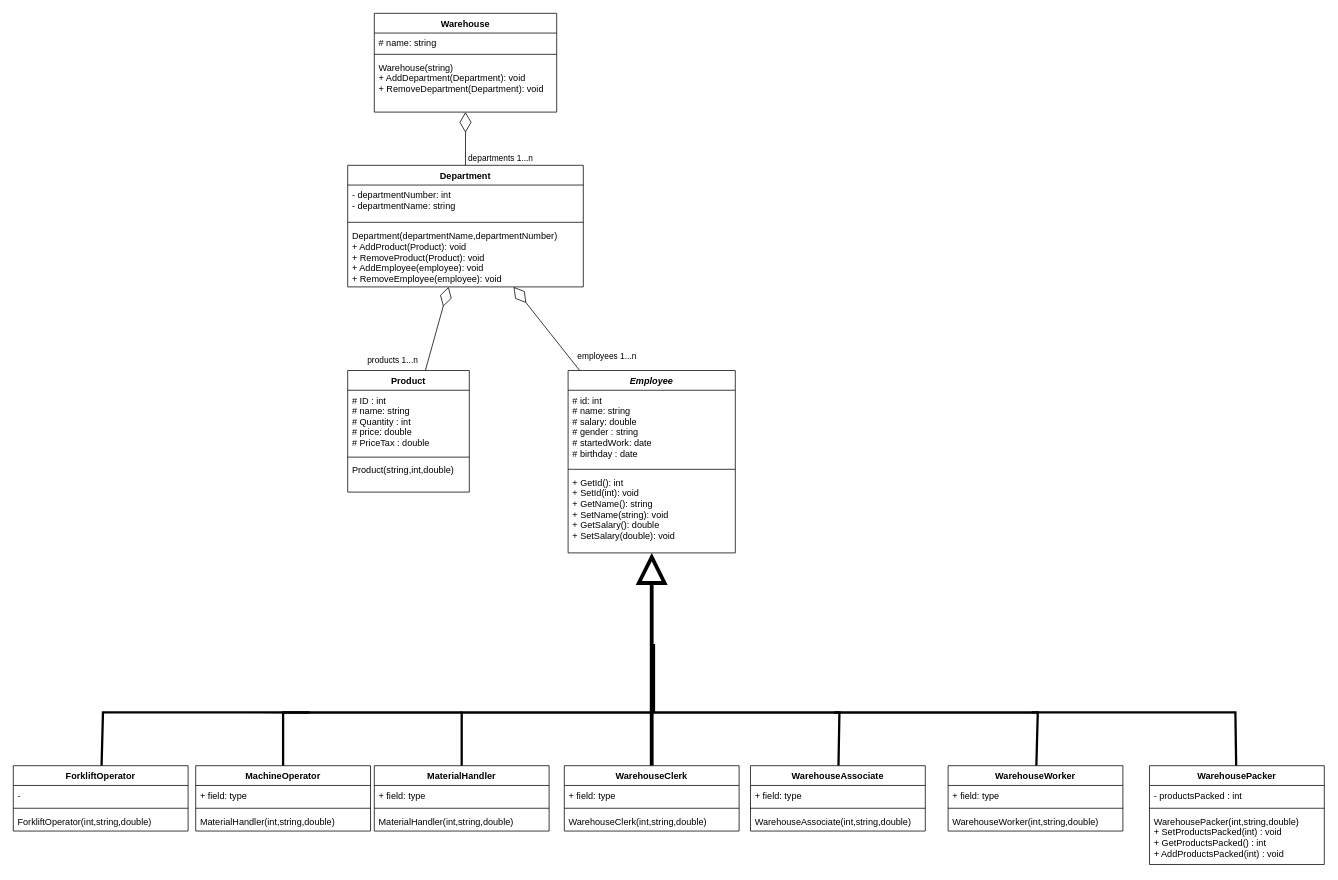
Samerhajj/BlackShift keeps this draw.io diagram as BlackShift-UML Diagram.drawio. Above is the earlier version. Source tidied: cells renumbered, new cells numbered last; positions are measured from the earlier drawing's top-left corner, leaving out a move shared by most shapes. Both pictures are drawn from the tidied source at 76%, with x=0, y=0 at pixel (13, 13).
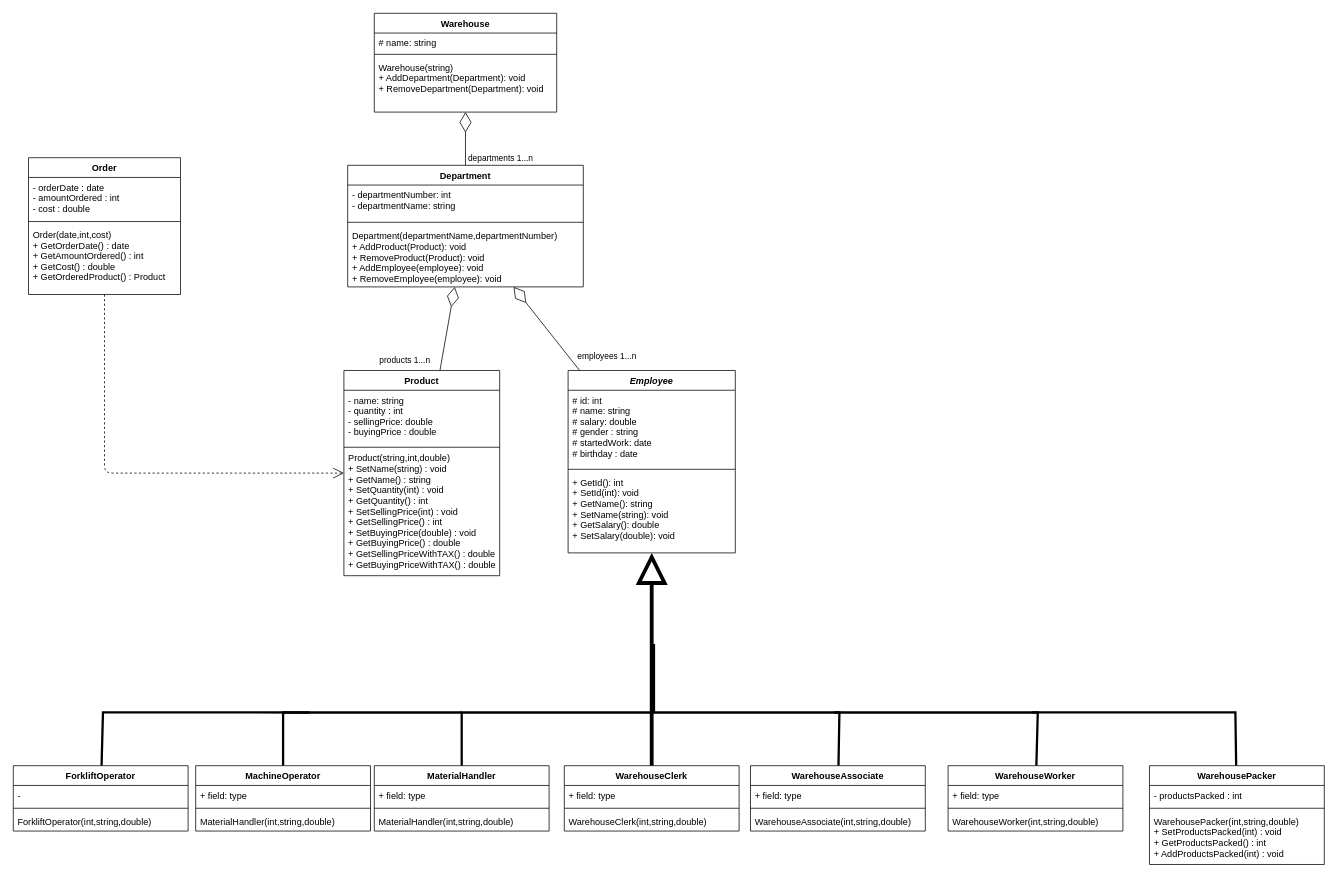
Above is the later version.

What changed in the source:
```diff
@@
     <mxCell id="2" value="Product" style="swimlane;fontStyle=1;align=center;verticalAlign=top;horizontal=1;startSize=26;" parent="1" vertex="1">
-      <mxGeometry x="440" y="470" width="160" height="160" as="geometry" />
+      <mxGeometry x="435" y="470" width="205" height="270" as="geometry" />
     </mxCell>
-    <mxCell id="3" value="# ID : int&#10;# name: string&#10;# Quantity : int&#10;# price: double&#10;# PriceTax : double" style="text;strokeColor=none;fillColor=none;align=left;verticalAlign=top;spacingLeft=4;spacingRight=4;overflow=hidden;" parent="2" vertex="1">
-      <mxGeometry y="26" width="160" height="84" as="geometry" />
+    <mxCell id="3" value="- name: string&#10;- quantity : int&#10;- sellingPrice: double&#10;- buyingPrice : double" style="text;strokeColor=none;fillColor=none;align=left;verticalAlign=top;spacingLeft=4;spacingRight=4;overflow=hidden;" parent="2" vertex="1">
+      <mxGeometry y="26" width="205" height="74" as="geometry" />
     </mxCell>
     <mxCell id="4" style="line;strokeWidth=1;fillColor=none;align=left;verticalAlign=middle;spacingTop=-1;spacingLeft=3;spacingRight=3;labelPosition=right;" parent="2" vertex="1">
-      <mxGeometry y="110" width="160" height="8" as="geometry" />
+      <mxGeometry y="100" width="205" height="2" as="geometry" />
     </mxCell>
-    <mxCell id="5" value="Product(string,int,double)" style="text;strokeColor=none;fillColor=none;align=left;verticalAlign=top;spacingLeft=4;spacingRight=4;overflow=hidden;" parent="2" vertex="1">
-      <mxGeometry y="118" width="160" height="42" as="geometry" />
+    <mxCell id="5" value="Product(string,int,double)&#10;+ SetName(string) : void&#10;+ GetName() : string&#10;+ SetQuantity(int) : void&#10;+ GetQuantity() : int&#10;+ SetSellingPrice(int) : void&#10;+ GetSellingPrice() : int&#10;+ SetBuyingPrice(double) : void&#10;+ GetBuyingPrice() : double&#10;+ GetSellingPriceWithTAX() : double&#10;+ GetBuyingPriceWithTAX() : double" style="text;strokeColor=none;fillColor=none;align=left;verticalAlign=top;spacingLeft=4;spacingRight=4;overflow=hidden;" parent="2" vertex="1">
+      <mxGeometry y="102" width="205" height="168" as="geometry" />
     </mxCell>
@@
+    <mxCell id="59" value="Order" style="swimlane;fontStyle=1;align=center;verticalAlign=top;horizontal=1;startSize=26;" parent="1" vertex="1">
+      <mxGeometry x="20" y="190" width="200" height="180" as="geometry" />
+    </mxCell>
+    <mxCell id="60" value="- orderDate : date&#10;- amountOrdered : int&#10;- cost : double" style="text;strokeColor=none;fillColor=none;align=left;verticalAlign=top;spacingLeft=4;spacingRight=4;overflow=hidden;" parent="59" vertex="1">
+      <mxGeometry y="26" width="200" height="54" as="geometry" />
+    </mxCell>
+    <mxCell id="61" style="line;strokeWidth=1;fillColor=none;align=left;verticalAlign=middle;spacingTop=-1;spacingLeft=3;spacingRight=3;labelPosition=right;" parent="59" vertex="1">
+      <mxGeometry y="80" width="200" height="8" as="geometry" />
+    </mxCell>
+    <mxCell id="62" value="Order(date,int,cost)&#10;+ GetOrderDate() : date&#10;+ GetAmountOrdered() : int&#10;+ GetCost() : double&#10;+ GetOrderedProduct() : Product" style="text;strokeColor=none;fillColor=none;align=left;verticalAlign=top;spacingLeft=4;spacingRight=4;overflow=hidden;" parent="59" vertex="1">
+      <mxGeometry y="88" width="200" height="92" as="geometry" />
+    </mxCell>
+    <mxCell id="63" style="endArrow=open;endSize=12;dashed=1;html=1;" parent="1" edge="1" source="59" target="2">
+      <mxGeometry x="-0.15" y="-10" relative="1" as="geometry">
+        <Array as="points">
+          <mxPoint x="120" y="605" />
+        </Array>
+        <mxPoint x="-10" y="-10" as="offset" />
+      </mxGeometry>
+    </mxCell>
```
